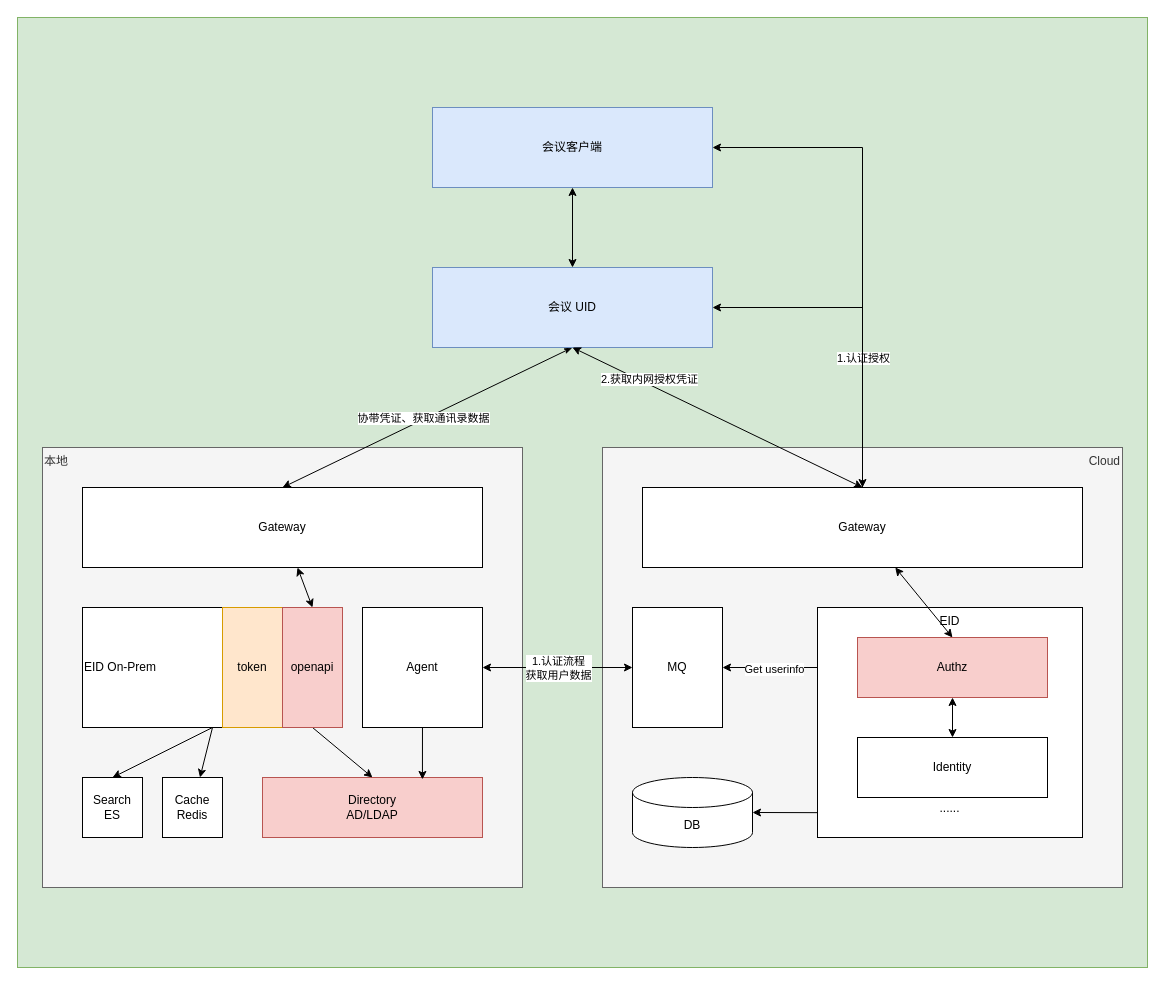
This is homework/src/main/resources/混合云整体架构.drawio from YufuMxl/geek_java_practise, a draw.io file, before an edit. Source tidied: cells renumbered, new cells numbered last; positions are measured from the earlier drawing's top-left corner, leaving out a move shared by most shapes. Both pictures are drawn from the tidied source at 100%, with x=0, y=0 at pixel (17, 17).
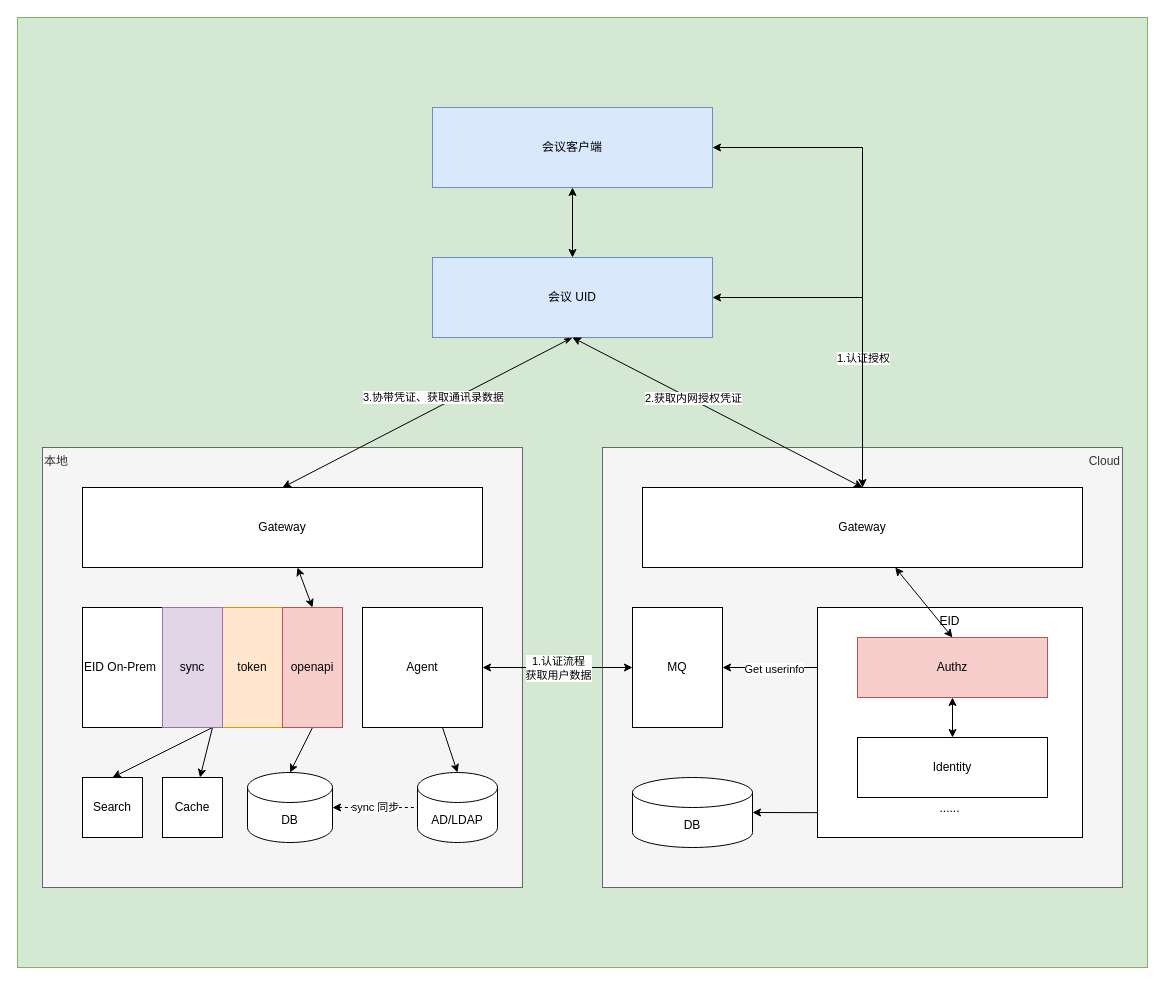
After the change.

Commit message:
更新混合云整体架构.drawio

Unchanged cells that the change refers to:
```xml
<mxCell id="17" value="Agent" style="rounded=0;whiteSpace=wrap;html=1;" parent="1" vertex="1">
  <mxGeometry x="345" y="590" width="120" height="120" as="geometry" />
</mxCell>
<mxCell id="20" value="openapi" style="rounded=0;whiteSpace=wrap;html=1;fillColor=#f8cecc;strokeColor=#b85450;" parent="1" vertex="1">
  <mxGeometry x="265" y="590" width="60" height="120" as="geometry" />
</mxCell>
<mxCell id="23" style="rounded=0;jettySize=auto;html=1;entryX=0.5;entryY=0;entryDx=0;entryDy=0;exitX=0.5;exitY=1;exitDx=0;exitDy=0;startArrow=classicThin;startFill=1;" parent="1" edge="1" source="38" target="10">
  <mxGeometry relative="1" as="geometry" />
</mxCell>
<mxCell id="39" style="rounded=0;jettySize=auto;html=1;startArrow=classic;startFill=1;entryX=0.5;entryY=0;entryDx=0;entryDy=0;exitX=0.5;exitY=1;exitDx=0;exitDy=0;" parent="1" edge="1" source="38" target="35">
  <mxGeometry relative="1" as="geometry" />
</mxCell>
```

Diff of the diagram source:
```diff
@@
-    <mxCell id="11" value="Directory&lt;div&gt;AD/LDAP&lt;/div&gt;" style="rounded=0;whiteSpace=wrap;html=1;fillColor=#f8cecc;strokeColor=#b85450;" parent="1" vertex="1">
-      <mxGeometry x="245" y="760" width="220" height="60" as="geometry" />
-    </mxCell>
-    <mxCell id="12" value="Cache&lt;br&gt;&lt;div&gt;Redis&lt;/div&gt;" style="rounded=0;whiteSpace=wrap;html=1;" parent="1" vertex="1">
+    <mxCell id="12" value="Cache" style="rounded=0;whiteSpace=wrap;html=1;" parent="1" vertex="1">
       <mxGeometry x="145" y="760" width="60" height="60" as="geometry" />
     </mxCell>
-    <mxCell id="13" value="Search&lt;br&gt;&lt;div&gt;ES&lt;/div&gt;" style="rounded=0;whiteSpace=wrap;html=1;" parent="1" vertex="1">
+    <mxCell id="13" value="Search" style="rounded=0;whiteSpace=wrap;html=1;" parent="1" vertex="1">
       <mxGeometry x="65" y="760" width="60" height="60" as="geometry" />
     </mxCell>
-    <mxCell id="14" style="rounded=0;jettySize=auto;html=1;entryX=0.727;entryY=0.032;entryDx=0;entryDy=0;entryPerimeter=0;" parent="1" edge="1" source="17" target="11">
+    <mxCell id="14" style="rounded=0;jettySize=auto;html=1;entryX=0.5;entryY=0;entryDx=0;entryDy=0;entryPerimeter=0;" parent="1" edge="1" source="17" target="44">
       <mxGeometry relative="1" as="geometry" />
     </mxCell>
@@
-    <mxCell id="19" style="rounded=0;jettySize=auto;html=1;entryX=0.5;entryY=0;entryDx=0;entryDy=0;exitX=0.5;exitY=1;exitDx=0;exitDy=0;" parent="1" edge="1" source="20" target="11">
+    <mxCell id="19" style="rounded=0;jettySize=auto;html=1;entryX=0.5;entryY=0;entryDx=0;entryDy=0;exitX=0.5;exitY=1;exitDx=0;exitDy=0;entryPerimeter=0;" parent="1" edge="1" source="20" target="42">
       <mxGeometry relative="1" as="geometry" />
     </mxCell>
@@
-    <mxCell id="24" value="协带凭证、获取通讯录数据" style="edgeLabel;html=1;align=center;verticalAlign=middle;" parent="23" vertex="1">
+    <mxCell id="24" value="3.协带凭证、获取通讯录数据" style="edgeLabel;html=1;align=center;verticalAlign=middle;" parent="23" vertex="1">
       <mxGeometry x="-0.05" y="4" relative="1" as="geometry">
-        <mxPoint x="-13" as="offset" />
+        <mxPoint x="-4" y="-15" as="offset" />
       </mxGeometry>
     </mxCell>
@@
     <mxCell id="38" value="会议 UID" style="rounded=0;whiteSpace=wrap;html=1;fillColor=#dae8fc;strokeColor=#6c8ebf;" parent="1" vertex="1">
-      <mxGeometry x="415" y="250" width="280" height="80" as="geometry" />
+      <mxGeometry x="415" y="240" width="280" height="80" as="geometry" />
     </mxCell>
@@
     <mxCell id="40" value="2.获取内网授权凭证" style="edgeLabel;html=1;align=center;verticalAlign=middle;" parent="39" vertex="1">
       <mxGeometry x="-0.47" y="1" relative="1" as="geometry">
-        <mxPoint y="-5" as="offset" />
+        <mxPoint x="43" y="21" as="offset" />
       </mxGeometry>
     </mxCell>
+    <mxCell id="41" value="&lt;div&gt;sync 同步&lt;/div&gt;" style="edgeStyle=orthogonalEdgeStyle;rounded=0;jettySize=auto;html=1;entryX=0;entryY=0.5;entryDx=0;entryDy=0;entryPerimeter=0;startArrow=classic;startFill=1;dashed=1;endArrow=none;endFill=0;" parent="1" edge="1" source="42" target="44">
+      <mxGeometry relative="1" as="geometry" />
+    </mxCell>
+    <mxCell id="42" value="DB" style="shape=cylinder3;whiteSpace=wrap;html=1;boundedLbl=1;backgroundOutline=1;size=15;" parent="1" vertex="1">
+      <mxGeometry x="230" y="755" width="85" height="70" as="geometry" />
+    </mxCell>
+    <mxCell id="43" value="sync" style="rounded=0;whiteSpace=wrap;html=1;fillColor=#e1d5e7;strokeColor=#9673a6;" parent="1" vertex="1">
+      <mxGeometry x="145" y="590" width="60" height="120" as="geometry" />
+    </mxCell>
+    <mxCell id="44" value="AD/LDAP" style="shape=cylinder3;whiteSpace=wrap;html=1;boundedLbl=1;backgroundOutline=1;size=15;" parent="1" vertex="1">
+      <mxGeometry x="400" y="755" width="80" height="70" as="geometry" />
+    </mxCell>
```
